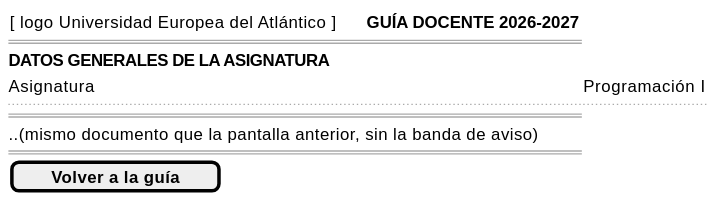
Above: images/RUP/01-requisitos/03-detalle-casos-uso/previsualizarGuia/wireframe-aprobada.svg in mmasias/pyCeldaPublico (PlantUML), before the change.
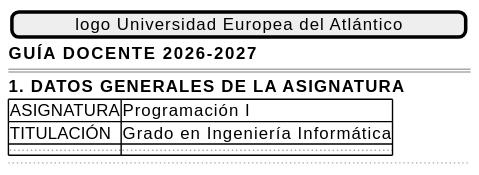
Above is the later version.

The edit, as a diff of the source:
```diff
@@ -1,15 +1,14 @@
-@startsalt previsualizarGuia-aprobada
+@startsalt previsualizarGuia-wireframe-aprobada
 {
-    {
-        [ logo Universidad Europea del Atlántico ]       <b>GUÍA DOCENTE 2026-2027</b>
+    [ logo Universidad Europea del Atlántico ]
+    <b>GUÍA DOCENTE 2026-2027</b>
+    ====
+    <b>1. DATOS GENERALES DE LA ASIGNATURA</b>
+    {#
+        ASIGNATURA | Programación I
+        TITULACIÓN | Grado en Ingeniería Informática
+        ... | ...
     }
-    ====
-    <b>DATOS GENERALES DE LA ASIGNATURA</b>
-    Asignatura            | Programación I
-    ..                    | ..
-    ====
-    ..(mismo documento que la pantalla anterior, sin la banda de aviso)
-    ====
-    [ <b>Volver a la guía</b> ]
+    ...
 }
 @endsalt
```
